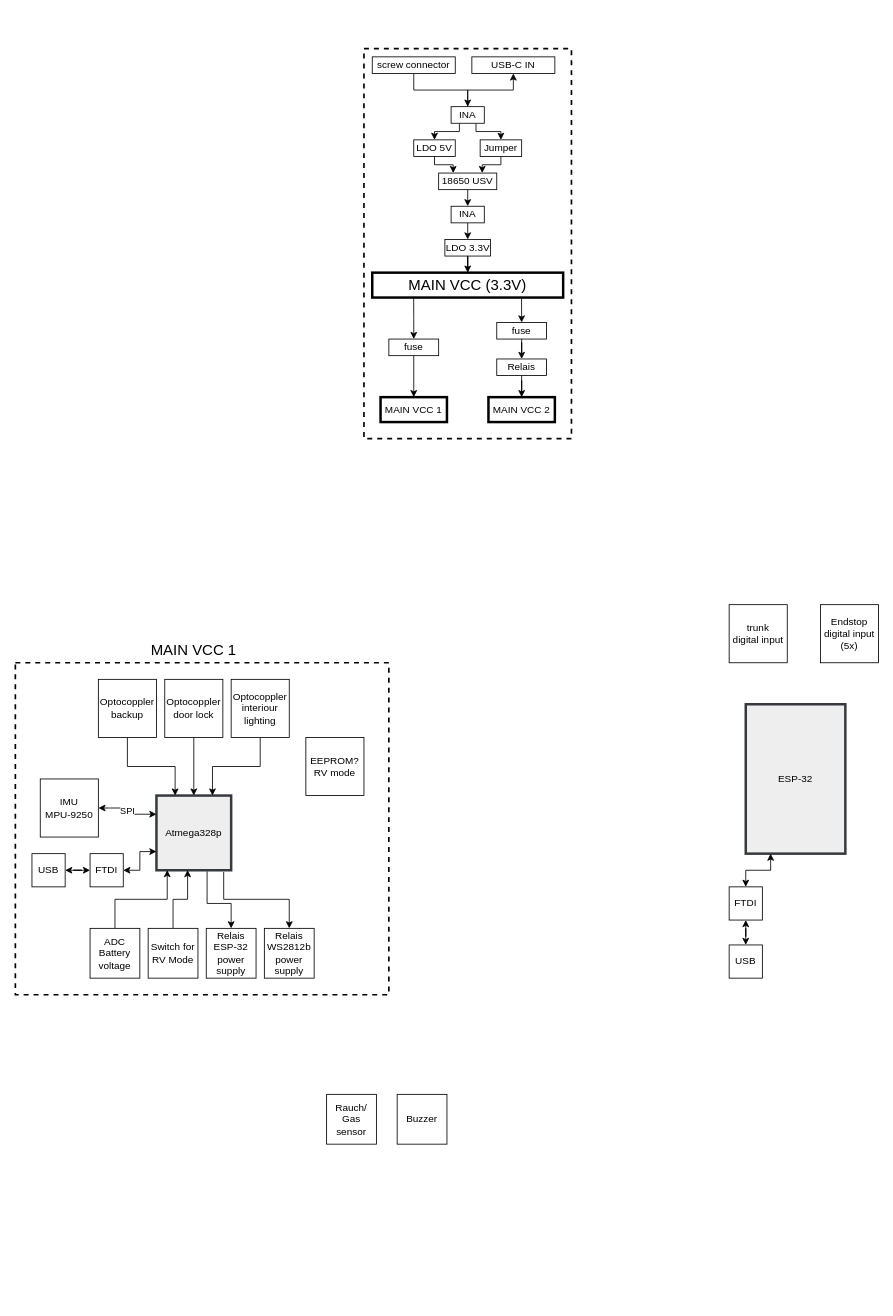
The draw.io diagram RV_main_pcb_ESP32_Block_diagramm.drawio in TheKerry/RV_main_pcb_ESP32, before the edit. Source tidied: cells renumbered, new cells numbered last; positions are measured from the earlier drawing's top-left corner, leaving out a move shared by most shapes. Both pictures are drawn from the tidied source at 83%, with x=0, y=0 at pixel (15, 48).
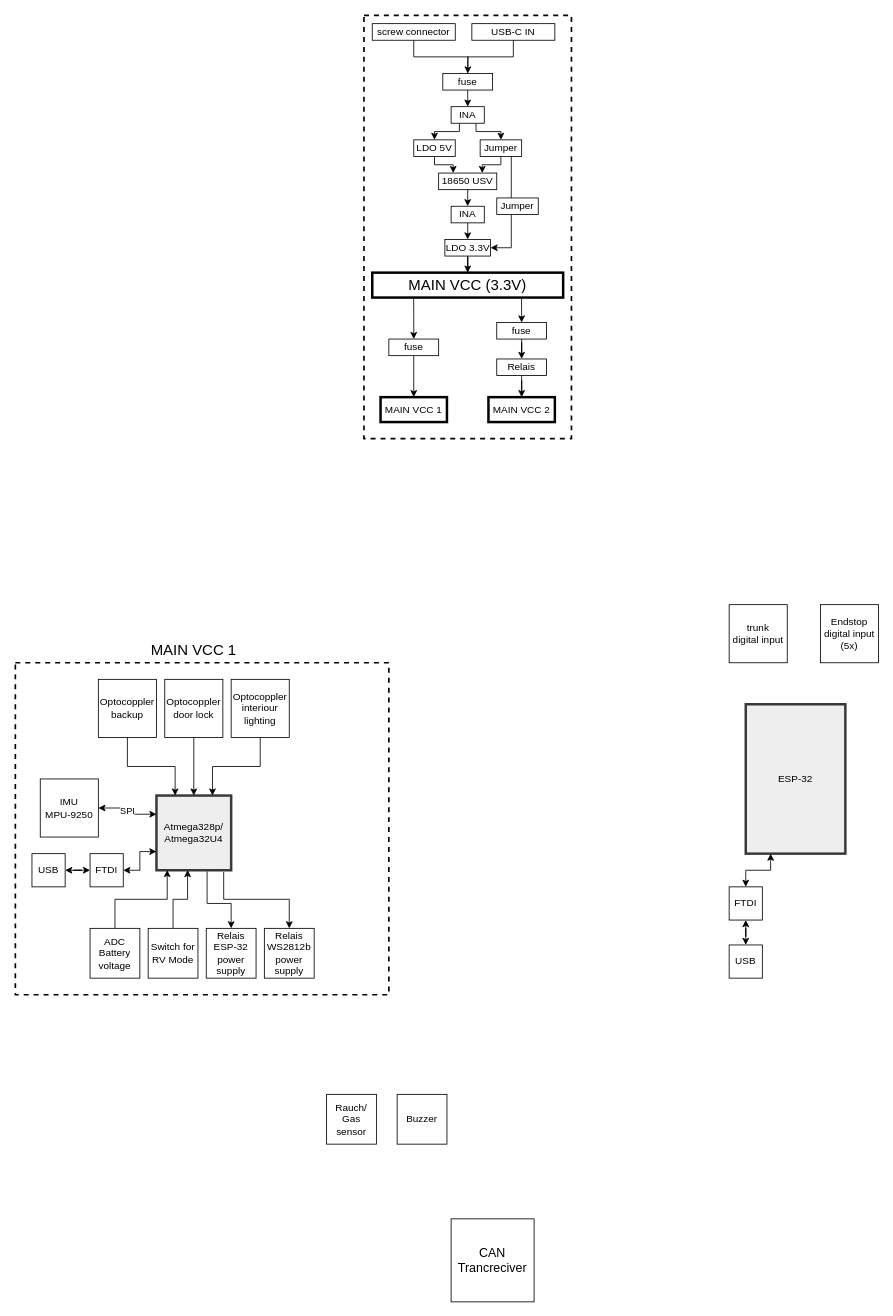
After the change.

Unchanged cells that the change refers to:
```xml
<mxCell id="46" value="LDO 3.3V" style="rounded=0;whiteSpace=wrap;html=1;" parent="1" vertex="1">
  <mxGeometry x="517.5" y="230" width="55" height="20" as="geometry" />
</mxCell>
<mxCell id="50" value="INA" style="rounded=0;whiteSpace=wrap;html=1;" parent="1" vertex="1">
  <mxGeometry x="525" y="70" width="40" height="20" as="geometry" />
</mxCell>
<mxCell id="63" value="Jumper" style="rounded=0;whiteSpace=wrap;html=1;" parent="1" vertex="1">
  <mxGeometry x="560" y="110" width="50" height="20" as="geometry" />
</mxCell>
```

Change to the diagram source:
```diff
@@
     <mxCell id="2" style="rounded=0;whiteSpace=wrap;html=1;dashed=1;strokeWidth=2;fillColor=none;" parent="1" vertex="1">
-      <mxGeometry x="420" width="250" height="470" as="geometry" />
+      <mxGeometry x="420" y="-40" width="250" height="510" as="geometry" />
     </mxCell>
@@
-    <mxCell id="5" value="Atmega328p" style="rounded=0;whiteSpace=wrap;html=1;fillColor=#eeeeee;strokeColor=#36393d;strokeWidth=3;" parent="1" vertex="1">
+    <mxCell id="5" value="Atmega328p/ Atmega32U4" style="rounded=0;whiteSpace=wrap;html=1;fillColor=#eeeeee;strokeColor=#36393d;strokeWidth=3;" parent="1" vertex="1">
       <mxGeometry x="170" y="900" width="90" height="90" as="geometry" />
     </mxCell>
@@
-    <mxCell id="25" value="EEPROM?&lt;br&gt;RV mode" style="rounded=0;whiteSpace=wrap;html=1;" parent="1" vertex="1">
-      <mxGeometry x="350" y="830" width="70" height="70" as="geometry" />
-    </mxCell>
@@
-    <mxCell id="43" style="edgeStyle=orthogonalEdgeStyle;rounded=0;jettySize=auto;html=1;exitX=0.5;exitY=1;exitDx=0;exitDy=0;entryX=0.5;entryY=0;entryDx=0;entryDy=0;startArrow=none;startFill=0;endArrow=classic;endFill=1;" parent="1" edge="1" source="44" target="50">
-      <mxGeometry relative="1" as="geometry" />
+    <mxCell id="43" style="edgeStyle=orthogonalEdgeStyle;rounded=0;jettySize=auto;html=1;exitX=0.5;exitY=1;exitDx=0;exitDy=0;entryX=0.5;entryY=0;entryDx=0;entryDy=0;startArrow=none;startFill=0;endArrow=classic;endFill=1;" parent="1" edge="1" source="44">
+      <mxGeometry relative="1" as="geometry">
+        <mxPoint x="545" y="30" as="targetPoint" />
+      </mxGeometry>
     </mxCell>
     <mxCell id="44" value="screw connector" style="rounded=0;whiteSpace=wrap;html=1;" parent="1" vertex="1">
-      <mxGeometry x="430" y="10" width="100" height="20" as="geometry" />
+      <mxGeometry x="430" y="-30" width="100" height="20" as="geometry" />
     </mxCell>
     <mxCell id="45" value="USB-C IN" style="rounded=0;whiteSpace=wrap;html=1;" parent="1" vertex="1">
-      <mxGeometry x="550" y="10" width="100" height="20" as="geometry" />
+      <mxGeometry x="550" y="-30" width="100" height="20" as="geometry" />
     </mxCell>
@@
-    <mxCell id="47" style="edgeStyle=orthogonalEdgeStyle;rounded=0;jettySize=auto;html=1;exitX=0.5;exitY=0;exitDx=0;exitDy=0;entryX=0.5;entryY=1;entryDx=0;entryDy=0;startArrow=none;startFill=0;endArrow=classic;endFill=1;" parent="1" edge="1" source="50" target="45">
-      <mxGeometry relative="1" as="geometry" />
+    <mxCell id="47" style="edgeStyle=orthogonalEdgeStyle;rounded=0;jettySize=auto;html=1;exitX=0.5;exitY=0;exitDx=0;exitDy=0;entryX=0.5;entryY=1;entryDx=0;entryDy=0;startArrow=none;startFill=0;endArrow=none;endFill=0;" parent="1" edge="1" target="45">
+      <mxGeometry relative="1" as="geometry">
+        <mxPoint x="545" y="30" as="sourcePoint" />
+        <Array as="points">
+          <mxPoint x="545" y="10" />
+          <mxPoint x="600" y="10" />
+        </Array>
+      </mxGeometry>
     </mxCell>
@@
+    <mxCell id="64" style="edgeStyle=orthogonalEdgeStyle;rounded=0;jettySize=auto;html=1;exitX=0.75;exitY=1;exitDx=0;exitDy=0;entryX=1;entryY=0.5;entryDx=0;entryDy=0;" parent="1" edge="1" source="63" target="46">
+      <mxGeometry relative="1" as="geometry" />
+    </mxCell>
@@
+    <mxCell id="65" value="&lt;font style=&quot;font-size: 15px&quot;&gt;CAN&lt;br&gt;Trancreciver&lt;/font&gt;" style="rounded=0;whiteSpace=wrap;html=1;" parent="1" vertex="1">
+      <mxGeometry x="525" y="1410" width="100" height="100" as="geometry" />
+    </mxCell>
+    <mxCell id="66" value="Jumper" style="rounded=0;whiteSpace=wrap;html=1;" parent="1" vertex="1">
+      <mxGeometry x="580" y="180" width="50" height="20" as="geometry" />
+    </mxCell>
+    <mxCell id="67" style="edgeStyle=orthogonalEdgeStyle;rounded=0;jettySize=auto;html=1;exitX=0.5;exitY=1;exitDx=0;exitDy=0;entryX=0.5;entryY=0;entryDx=0;entryDy=0;endArrow=classic;endFill=1;" parent="1" edge="1" source="68" target="50">
+      <mxGeometry relative="1" as="geometry" />
+    </mxCell>
+    <mxCell id="68" value="fuse" style="rounded=0;whiteSpace=wrap;html=1;" parent="1" vertex="1">
+      <mxGeometry x="515" y="30" width="60" height="20" as="geometry" />
+    </mxCell>
```
